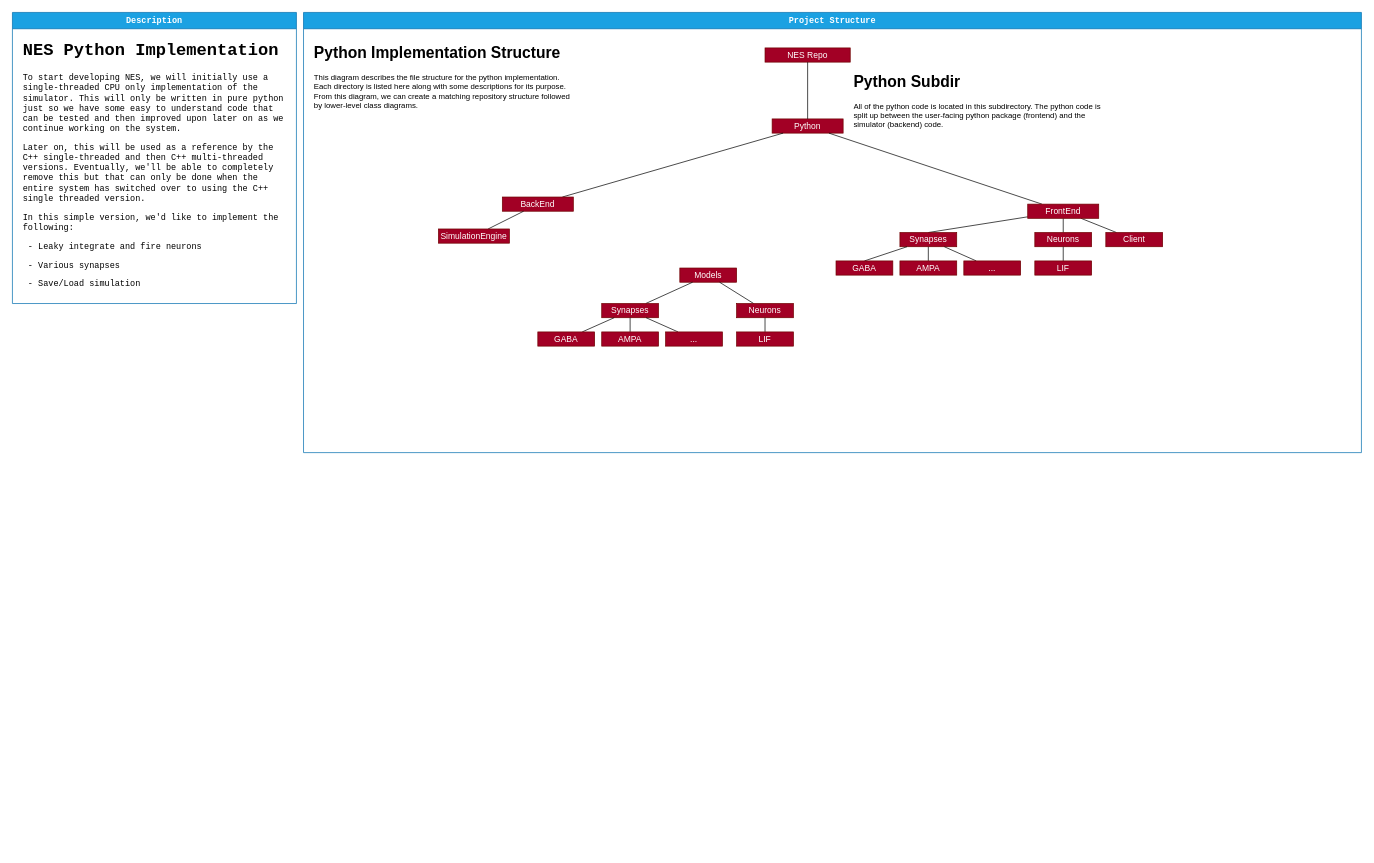
carboncopies/BrainGenix-NES keeps this draw.io diagram as page "Page-5" (5 of 5) of Docs/BlockDiagrams/BrainGenix-NES.drawio. Above is the earlier version. Source tidied: cells renumbered, new cells numbered last; positions are measured from the earlier drawing's top-left corner, leaving out a move shared by most shapes. Both pictures are drawn from the tidied source at 71%, with x=0, y=0 at pixel (12, 12).
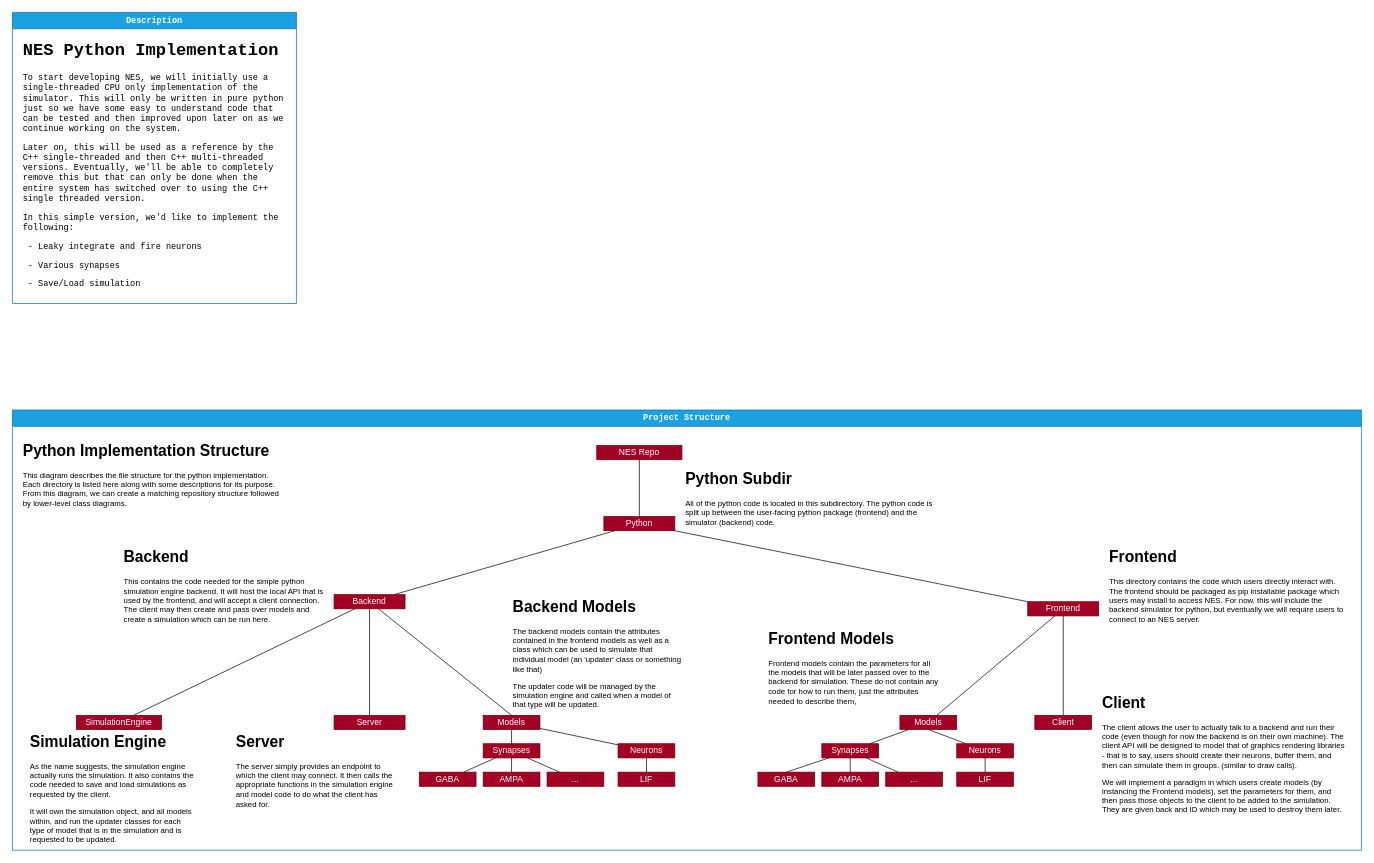
After the change.

Commit message:
Update Project Structure Diagram

Change to the diagram source:
```diff
@@
     <mxCell id="4" value="Project Structure" style="swimlane;whiteSpace=wrap;html=1;rounded=0;strokeColor=#006EAF;fontFamily=Courier New;fontSize=12;fontColor=#ffffff;startSize=23;fillColor=#1ba1e2;" parent="1" vertex="1">
-      <mxGeometry x="410" width="1490" height="620" as="geometry" />
+      <mxGeometry y="560" width="1900" height="620" as="geometry" />
     </mxCell>
     <mxCell id="5" value="NES Repo" style="whiteSpace=wrap;html=1;align=center;newEdgeStyle={&quot;edgeStyle&quot;:&quot;elbowEdgeStyle&quot;,&quot;startArrow&quot;:&quot;none&quot;,&quot;endArrow&quot;:&quot;none&quot;};fillColor=#a20025;fontColor=#ffffff;strokeColor=#6F0000;" parent="4" vertex="1">
-      <mxGeometry x="650" y="50" width="120" height="20" as="geometry" />
+      <mxGeometry x="823" y="50" width="120" height="20" as="geometry" />
     </mxCell>
     <mxCell id="6" value="Python" style="whiteSpace=wrap;html=1;align=center;verticalAlign=middle;newEdgeStyle={&quot;edgeStyle&quot;:&quot;elbowEdgeStyle&quot;,&quot;startArrow&quot;:&quot;none&quot;,&quot;endArrow&quot;:&quot;none&quot;};fillColor=#a20025;fontColor=#ffffff;strokeColor=#6F0000;" parent="4" vertex="1">
-      <mxGeometry x="660" y="150" width="100" height="20" as="geometry" />
+      <mxGeometry x="833" y="150" width="100" height="20" as="geometry" />
     </mxCell>
@@
-    <mxCell id="10" style="rounded=0;jettySize=auto;html=1;startArrow=none;endArrow=none;entryX=0.5;entryY=0;entryDx=0;entryDy=0;" parent="4" edge="1" source="12" target="18">
-      <mxGeometry relative="1" as="geometry" />
-    </mxCell>
-    <mxCell id="11" style="rounded=0;jettySize=auto;html=1;startArrow=none;endArrow=none;entryX=0.5;entryY=0;entryDx=0;entryDy=0;" parent="4" edge="1" source="12" target="19">
-      <mxGeometry relative="1" as="geometry" />
-    </mxCell>
-    <mxCell id="12" value="FrontEnd" style="whiteSpace=wrap;html=1;align=center;verticalAlign=middle;newEdgeStyle={&quot;edgeStyle&quot;:&quot;elbowEdgeStyle&quot;,&quot;startArrow&quot;:&quot;none&quot;,&quot;endArrow&quot;:&quot;none&quot;};fillColor=#a20025;fontColor=#ffffff;strokeColor=#6F0000;" parent="4" vertex="1">
-      <mxGeometry x="1020" y="270" width="100" height="20" as="geometry" />
+    <mxCell id="12" value="Frontend" style="whiteSpace=wrap;html=1;align=center;verticalAlign=middle;newEdgeStyle={&quot;edgeStyle&quot;:&quot;elbowEdgeStyle&quot;,&quot;startArrow&quot;:&quot;none&quot;,&quot;endArrow&quot;:&quot;none&quot;};fillColor=#a20025;fontColor=#ffffff;strokeColor=#6F0000;" parent="4" vertex="1">
+      <mxGeometry x="1430" y="270" width="100" height="20" as="geometry" />
     </mxCell>
@@
+    <mxCell id="43" style="shape=connector;rounded=0;jettySize=auto;html=1;startArrow=none;endArrow=none;entryX=0.5;entryY=0;entryDx=0;entryDy=0;labelBackgroundColor=default;strokeColor=default;fontFamily=Helvetica;fontSize=11;fontColor=default;" parent="4" edge="1" source="14" target="28">
+      <mxGeometry relative="1" as="geometry" />
+    </mxCell>
+    <mxCell id="44" style="shape=connector;rounded=0;jettySize=auto;html=1;startArrow=none;endArrow=none;entryX=0.5;entryY=0;entryDx=0;entryDy=0;labelBackgroundColor=default;strokeColor=default;fontFamily=Helvetica;fontSize=11;fontColor=default;" parent="4" edge="1" source="14" target="54">
+      <mxGeometry relative="1" as="geometry" />
+    </mxCell>
-    <mxCell id="14" value="BackEnd" style="whiteSpace=wrap;html=1;align=center;verticalAlign=middle;newEdgeStyle={&quot;edgeStyle&quot;:&quot;elbowEdgeStyle&quot;,&quot;startArrow&quot;:&quot;none&quot;,&quot;endArrow&quot;:&quot;none&quot;};fillColor=#a20025;fontColor=#ffffff;strokeColor=#6F0000;" parent="4" vertex="1">
-      <mxGeometry x="280" y="260" width="100" height="20" as="geometry" />
+    <mxCell id="14" value="Backend" style="whiteSpace=wrap;html=1;align=center;verticalAlign=middle;newEdgeStyle={&quot;edgeStyle&quot;:&quot;elbowEdgeStyle&quot;,&quot;startArrow&quot;:&quot;none&quot;,&quot;endArrow&quot;:&quot;none&quot;};fillColor=#a20025;fontColor=#ffffff;strokeColor=#6F0000;" parent="4" vertex="1">
+      <mxGeometry x="453" y="260" width="100" height="20" as="geometry" />
     </mxCell>
@@
     <mxCell id="16" value="SimulationEngine" style="whiteSpace=wrap;html=1;align=center;verticalAlign=middle;newEdgeStyle={&quot;edgeStyle&quot;:&quot;elbowEdgeStyle&quot;,&quot;startArrow&quot;:&quot;none&quot;,&quot;endArrow&quot;:&quot;none&quot;};fillColor=#a20025;fontColor=#ffffff;strokeColor=#6F0000;" parent="4" vertex="1">
-      <mxGeometry x="190" y="305" width="100" height="20" as="geometry" />
+      <mxGeometry x="90" y="430" width="120" height="20" as="geometry" />
     </mxCell>
     <mxCell id="17" value="Client" style="whiteSpace=wrap;html=1;align=center;verticalAlign=middle;newEdgeStyle={&quot;edgeStyle&quot;:&quot;elbowEdgeStyle&quot;,&quot;startArrow&quot;:&quot;none&quot;,&quot;endArrow&quot;:&quot;none&quot;};fillColor=#a20025;fontColor=#ffffff;strokeColor=#6F0000;" parent="4" vertex="1">
-      <mxGeometry x="1130" y="310" width="80" height="20" as="geometry" />
+      <mxGeometry x="1440" y="430" width="80" height="20" as="geometry" />
     </mxCell>
+    <mxCell id="45" style="shape=connector;rounded=0;jettySize=auto;html=1;startArrow=none;endArrow=none;entryX=0.5;entryY=1;entryDx=0;entryDy=0;labelBackgroundColor=default;strokeColor=default;fontFamily=Helvetica;fontSize=11;fontColor=default;" parent="4" edge="1" source="18" target="49">
+      <mxGeometry relative="1" as="geometry" />
+    </mxCell>
     <mxCell id="18" value="Neurons" style="whiteSpace=wrap;html=1;align=center;verticalAlign=middle;newEdgeStyle={&quot;edgeStyle&quot;:&quot;elbowEdgeStyle&quot;,&quot;startArrow&quot;:&quot;none&quot;,&quot;endArrow&quot;:&quot;none&quot;};fillColor=#a20025;fontColor=#ffffff;strokeColor=#6F0000;" parent="4" vertex="1">
-      <mxGeometry x="1030" y="310" width="80" height="20" as="geometry" />
+      <mxGeometry x="1330" y="470" width="80" height="20" as="geometry" />
     </mxCell>
+    <mxCell id="46" style="shape=connector;rounded=0;jettySize=auto;html=1;startArrow=none;endArrow=none;labelBackgroundColor=default;strokeColor=default;fontFamily=Helvetica;fontSize=11;fontColor=default;" parent="4" edge="1" source="19" target="49">
+      <mxGeometry relative="1" as="geometry" />
+    </mxCell>
     <mxCell id="19" value="Synapses" style="whiteSpace=wrap;html=1;align=center;verticalAlign=middle;newEdgeStyle={&quot;edgeStyle&quot;:&quot;elbowEdgeStyle&quot;,&quot;startArrow&quot;:&quot;none&quot;,&quot;endArrow&quot;:&quot;none&quot;};fillColor=#a20025;fontColor=#ffffff;strokeColor=#6F0000;" parent="4" vertex="1">
-      <mxGeometry x="840" y="310" width="80" height="20" as="geometry" />
+      <mxGeometry x="1140" y="470" width="80" height="20" as="geometry" />
     </mxCell>
@@
     <mxCell id="21" value="LIF" style="whiteSpace=wrap;html=1;align=center;verticalAlign=middle;newEdgeStyle={&quot;edgeStyle&quot;:&quot;elbowEdgeStyle&quot;,&quot;startArrow&quot;:&quot;none&quot;,&quot;endArrow&quot;:&quot;none&quot;};fillColor=#a20025;fontColor=#ffffff;strokeColor=#6F0000;" parent="4" vertex="1">
-      <mxGeometry x="1030" y="350" width="80" height="20" as="geometry" />
+      <mxGeometry x="1330" y="510" width="80" height="20" as="geometry" />
     </mxCell>
@@
     <mxCell id="23" value="GABA" style="whiteSpace=wrap;html=1;align=center;verticalAlign=middle;newEdgeStyle={&quot;edgeStyle&quot;:&quot;elbowEdgeStyle&quot;,&quot;startArrow&quot;:&quot;none&quot;,&quot;endArrow&quot;:&quot;none&quot;};fillColor=#a20025;fontColor=#ffffff;strokeColor=#6F0000;" parent="4" vertex="1">
-      <mxGeometry x="750" y="350" width="80" height="20" as="geometry" />
+      <mxGeometry x="1050" y="510" width="80" height="20" as="geometry" />
     </mxCell>
@@
     <mxCell id="25" value="AMPA" style="whiteSpace=wrap;html=1;align=center;verticalAlign=middle;newEdgeStyle={&quot;edgeStyle&quot;:&quot;elbowEdgeStyle&quot;,&quot;startArrow&quot;:&quot;none&quot;,&quot;endArrow&quot;:&quot;none&quot;};fillColor=#a20025;fontColor=#ffffff;strokeColor=#6F0000;" parent="4" vertex="1">
-      <mxGeometry x="840" y="350" width="80" height="20" as="geometry" />
+      <mxGeometry x="1140" y="510" width="80" height="20" as="geometry" />
     </mxCell>
@@
     <mxCell id="27" value="..." style="whiteSpace=wrap;html=1;align=center;verticalAlign=middle;newEdgeStyle={&quot;edgeStyle&quot;:&quot;elbowEdgeStyle&quot;,&quot;startArrow&quot;:&quot;none&quot;,&quot;endArrow&quot;:&quot;none&quot;};fillColor=#a20025;fontColor=#ffffff;strokeColor=#6F0000;" parent="4" vertex="1">
-      <mxGeometry x="930" y="350" width="80" height="20" as="geometry" />
+      <mxGeometry x="1230" y="510" width="80" height="20" as="geometry" />
     </mxCell>
     <mxCell id="28" value="Models" style="whiteSpace=wrap;html=1;align=center;verticalAlign=middle;newEdgeStyle={&quot;edgeStyle&quot;:&quot;elbowEdgeStyle&quot;,&quot;startArrow&quot;:&quot;none&quot;,&quot;endArrow&quot;:&quot;none&quot;};fillColor=#a20025;fontColor=#ffffff;strokeColor=#6F0000;" parent="4" vertex="1">
-      <mxGeometry x="530" y="360" width="80" height="20" as="geometry" />
+      <mxGeometry x="663" y="430" width="80" height="20" as="geometry" />
     </mxCell>
@@
     <mxCell id="30" value="Synapses" style="whiteSpace=wrap;html=1;align=center;verticalAlign=middle;newEdgeStyle={&quot;edgeStyle&quot;:&quot;elbowEdgeStyle&quot;,&quot;startArrow&quot;:&quot;none&quot;,&quot;endArrow&quot;:&quot;none&quot;};fillColor=#a20025;fontColor=#ffffff;strokeColor=#6F0000;" parent="4" vertex="1">
-      <mxGeometry x="420" y="410" width="80" height="20" as="geometry" />
+      <mxGeometry x="663" y="470" width="80" height="20" as="geometry" />
     </mxCell>
@@
     <mxCell id="32" value="Neurons" style="whiteSpace=wrap;html=1;align=center;verticalAlign=middle;newEdgeStyle={&quot;edgeStyle&quot;:&quot;elbowEdgeStyle&quot;,&quot;startArrow&quot;:&quot;none&quot;,&quot;endArrow&quot;:&quot;none&quot;};fillColor=#a20025;fontColor=#ffffff;strokeColor=#6F0000;" parent="4" vertex="1">
-      <mxGeometry x="610" y="410" width="80" height="20" as="geometry" />
+      <mxGeometry x="853" y="470" width="80" height="20" as="geometry" />
     </mxCell>
@@
     <mxCell id="34" value="GABA" style="whiteSpace=wrap;html=1;align=center;verticalAlign=middle;newEdgeStyle={&quot;edgeStyle&quot;:&quot;elbowEdgeStyle&quot;,&quot;startArrow&quot;:&quot;none&quot;,&quot;endArrow&quot;:&quot;none&quot;};fillColor=#a20025;fontColor=#ffffff;strokeColor=#6F0000;" parent="4" vertex="1">
-      <mxGeometry x="330" y="450" width="80" height="20" as="geometry" />
+      <mxGeometry x="573" y="510" width="80" height="20" as="geometry" />
     </mxCell>
@@
     <mxCell id="36" value="AMPA" style="whiteSpace=wrap;html=1;align=center;verticalAlign=middle;newEdgeStyle={&quot;edgeStyle&quot;:&quot;elbowEdgeStyle&quot;,&quot;startArrow&quot;:&quot;none&quot;,&quot;endArrow&quot;:&quot;none&quot;};fillColor=#a20025;fontColor=#ffffff;strokeColor=#6F0000;" parent="4" vertex="1">
-      <mxGeometry x="420" y="450" width="80" height="20" as="geometry" />
+      <mxGeometry x="663" y="510" width="80" height="20" as="geometry" />
     </mxCell>
@@
     <mxCell id="38" value="..." style="whiteSpace=wrap;html=1;align=center;verticalAlign=middle;newEdgeStyle={&quot;edgeStyle&quot;:&quot;elbowEdgeStyle&quot;,&quot;startArrow&quot;:&quot;none&quot;,&quot;endArrow&quot;:&quot;none&quot;};fillColor=#a20025;fontColor=#ffffff;strokeColor=#6F0000;" parent="4" vertex="1">
-      <mxGeometry x="510" y="450" width="80" height="20" as="geometry" />
+      <mxGeometry x="753" y="510" width="80" height="20" as="geometry" />
     </mxCell>
@@
     <mxCell id="40" value="LIF" style="whiteSpace=wrap;html=1;align=center;verticalAlign=middle;newEdgeStyle={&quot;edgeStyle&quot;:&quot;elbowEdgeStyle&quot;,&quot;startArrow&quot;:&quot;none&quot;,&quot;endArrow&quot;:&quot;none&quot;};fillColor=#a20025;fontColor=#ffffff;strokeColor=#6F0000;" parent="4" vertex="1">
-      <mxGeometry x="610" y="450" width="80" height="20" as="geometry" />
+      <mxGeometry x="853" y="510" width="80" height="20" as="geometry" />
     </mxCell>
@@
     <mxCell id="42" value="&lt;h1&gt;Python Subdir&lt;/h1&gt;&lt;div&gt;All of the python code is located in this subdirectory. The python code is split up between the user-facing python package (frontend) and the simulator (backend) code.&lt;/div&gt;" style="text;html=1;strokeColor=none;fillColor=none;spacing=5;spacingTop=-20;whiteSpace=wrap;overflow=hidden;rounded=0;fontSize=11;fontFamily=Helvetica;fontColor=default;" parent="4" vertex="1">
-      <mxGeometry x="770" y="80" width="365" height="90" as="geometry" />
+      <mxGeometry x="943" y="80" width="365" height="90" as="geometry" />
     </mxCell>
+    <mxCell id="47" value="&lt;h1&gt;Frontend&lt;/h1&gt;&lt;div&gt;This directory contains the code which users directly interact with. The frontend should be packaged as pip installable package which users may install to access NES. For now, this will include the backend simulator for python, but eventually we will require users to connect to an NES server.&lt;/div&gt;" style="text;html=1;strokeColor=none;fillColor=none;spacing=5;spacingTop=-20;whiteSpace=wrap;overflow=hidden;rounded=0;fontSize=11;fontFamily=Helvetica;fontColor=default;" parent="4" vertex="1">
+      <mxGeometry x="1540" y="190" width="345" height="115" as="geometry" />
+    </mxCell>
+    <mxCell id="48" style="shape=connector;rounded=0;jettySize=auto;html=1;startArrow=none;endArrow=none;labelBackgroundColor=default;strokeColor=default;fontFamily=Helvetica;fontSize=11;fontColor=default;" parent="4" edge="1" source="49" target="12">
+      <mxGeometry relative="1" as="geometry" />
+    </mxCell>
+    <mxCell id="49" value="Models" style="whiteSpace=wrap;html=1;align=center;verticalAlign=middle;newEdgeStyle={&quot;edgeStyle&quot;:&quot;elbowEdgeStyle&quot;,&quot;startArrow&quot;:&quot;none&quot;,&quot;endArrow&quot;:&quot;none&quot;};fillColor=#a20025;fontColor=#ffffff;strokeColor=#6F0000;" parent="4" vertex="1">
+      <mxGeometry x="1250" y="430" width="80" height="20" as="geometry" />
+    </mxCell>
+    <mxCell id="50" value="&lt;h1&gt;Frontend Models&lt;/h1&gt;&lt;p&gt;Frontend models contain the parameters for all the models that will be later passed over to the backend for simulation. These do not contain any code for how to run them, just the attributes needed to describe them,&lt;/p&gt;" style="text;html=1;strokeColor=none;fillColor=none;spacing=5;spacingTop=-20;whiteSpace=wrap;overflow=hidden;rounded=0;fontSize=11;fontFamily=Helvetica;fontColor=default;" parent="4" vertex="1">
+      <mxGeometry x="1060" y="305" width="250" height="115" as="geometry" />
+    </mxCell>
+    <mxCell id="51" value="&lt;h1&gt;Client&lt;/h1&gt;&lt;p&gt;The client allows the user to actually talk to a backend and run their code (even though for now the backend is on their own machine). The client API will be designed to model that of graphics rendering libraries - that is to say, users should create their neurons, buffer them, and then can simulate them in groups. (similar to draw calls).&lt;/p&gt;&lt;p&gt;We will implement a paradigm in which users create models (by instancing the Frontend models), set the parameters for them, and then pass those objects to the client to be added to the simulation. They are given back and ID which may be used to destroy them later.&lt;/p&gt;" style="text;html=1;strokeColor=none;fillColor=none;spacing=5;spacingTop=-20;whiteSpace=wrap;overflow=hidden;rounded=0;fontSize=11;fontFamily=Helvetica;fontColor=default;" parent="4" vertex="1">
+      <mxGeometry x="1530" y="395" width="350" height="195" as="geometry" />
+    </mxCell>
+    <mxCell id="52" value="&lt;h1&gt;Backend Models&lt;/h1&gt;&lt;p&gt;The backend models contain the attributes contained in the frontend models as well as a class which can be used to simulate that individual model (an 'updater' class or something like that)&lt;/p&gt;&lt;p&gt;The updater code will be managed by the simulation engine and called when a model of that type will be updated.&lt;/p&gt;" style="text;html=1;strokeColor=none;fillColor=none;spacing=5;spacingTop=-20;whiteSpace=wrap;overflow=hidden;rounded=0;fontSize=11;fontFamily=Helvetica;fontColor=default;" parent="4" vertex="1">
+      <mxGeometry x="700" y="260" width="250" height="170" as="geometry" />
+    </mxCell>
+    <mxCell id="53" value="&lt;h1&gt;Backend&lt;/h1&gt;&lt;p&gt;This contains the code needed for the simple python simulation engine backend. It will host the local API that is used by the frontend, and will accept a client connection. The client may then create and pass over models and create a simulation which can be run here.&lt;/p&gt;" style="text;html=1;strokeColor=none;fillColor=none;spacing=5;spacingTop=-20;whiteSpace=wrap;overflow=hidden;rounded=0;fontSize=11;fontFamily=Helvetica;fontColor=default;" parent="4" vertex="1">
+      <mxGeometry x="151.5" y="190" width="303" height="115" as="geometry" />
+    </mxCell>
+    <mxCell id="54" value="Server" style="whiteSpace=wrap;html=1;align=center;verticalAlign=middle;newEdgeStyle={&quot;edgeStyle&quot;:&quot;elbowEdgeStyle&quot;,&quot;startArrow&quot;:&quot;none&quot;,&quot;endArrow&quot;:&quot;none&quot;};fillColor=#a20025;fontColor=#ffffff;strokeColor=#6F0000;" parent="4" vertex="1">
+      <mxGeometry x="453" y="430" width="100" height="20" as="geometry" />
+    </mxCell>
+    <mxCell id="55" value="&lt;h1&gt;Server&lt;/h1&gt;&lt;p&gt;The server simply provides an endpoint to which the client may connect. It then calls the appropriate functions in the simulation engine and model code to do what the client has asked for.&lt;/p&gt;" style="text;html=1;strokeColor=none;fillColor=none;spacing=5;spacingTop=-20;whiteSpace=wrap;overflow=hidden;rounded=0;fontSize=11;fontFamily=Helvetica;fontColor=default;" parent="4" vertex="1">
+      <mxGeometry x="310" y="450" width="240" height="140" as="geometry" />
+    </mxCell>
+    <mxCell id="56" value="&lt;h1&gt;Simulation Engine&lt;/h1&gt;&lt;p&gt;As the name suggests, the simulation engine actually runs the simulation. It also contains the code needed to save and load simulations as requested by the client.&lt;/p&gt;&lt;p&gt;It will own the simulation object, and all models within, and run the updater classes for each type of model that is in the simulation and is requested to be updated.&lt;/p&gt;" style="text;html=1;strokeColor=none;fillColor=none;spacing=5;spacingTop=-20;whiteSpace=wrap;overflow=hidden;rounded=0;fontSize=11;fontFamily=Helvetica;fontColor=default;" parent="4" vertex="1">
+      <mxGeometry x="20" y="450" width="240" height="170" as="geometry" />
+    </mxCell>
```
